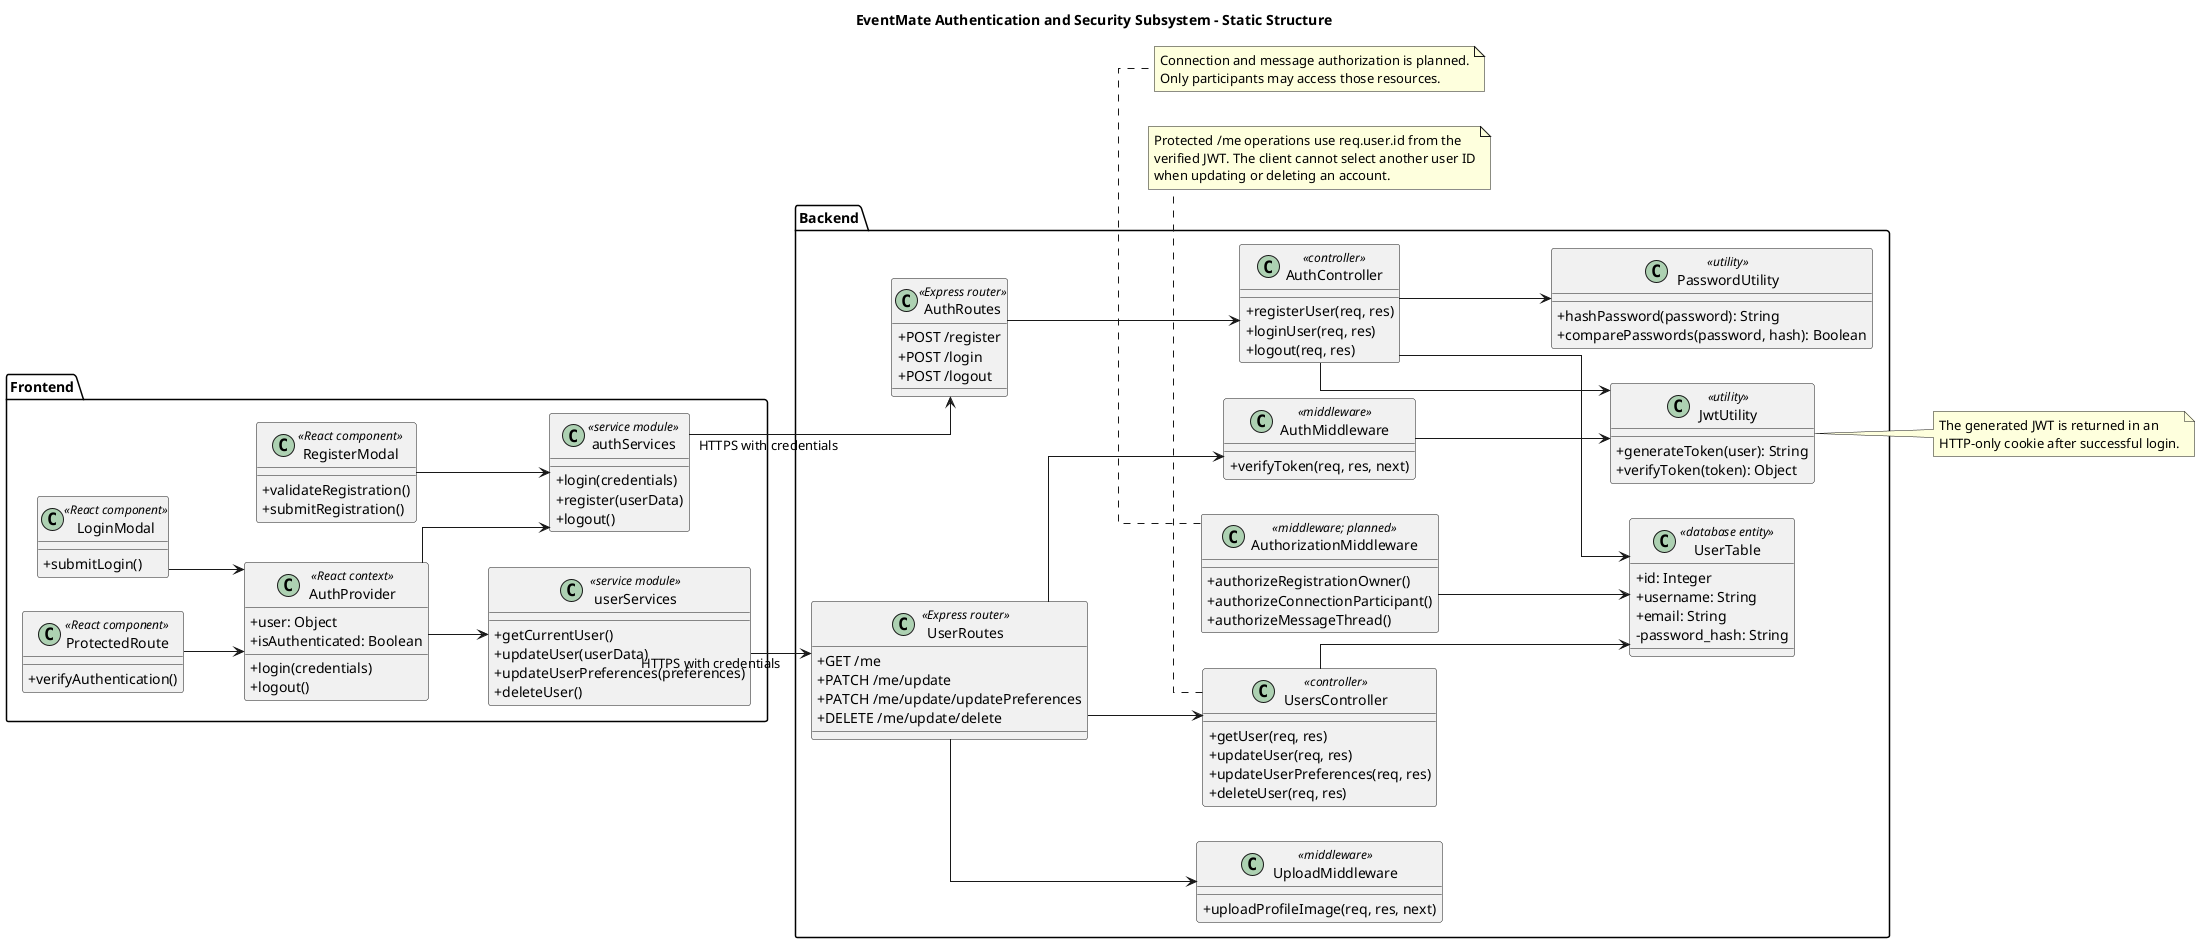
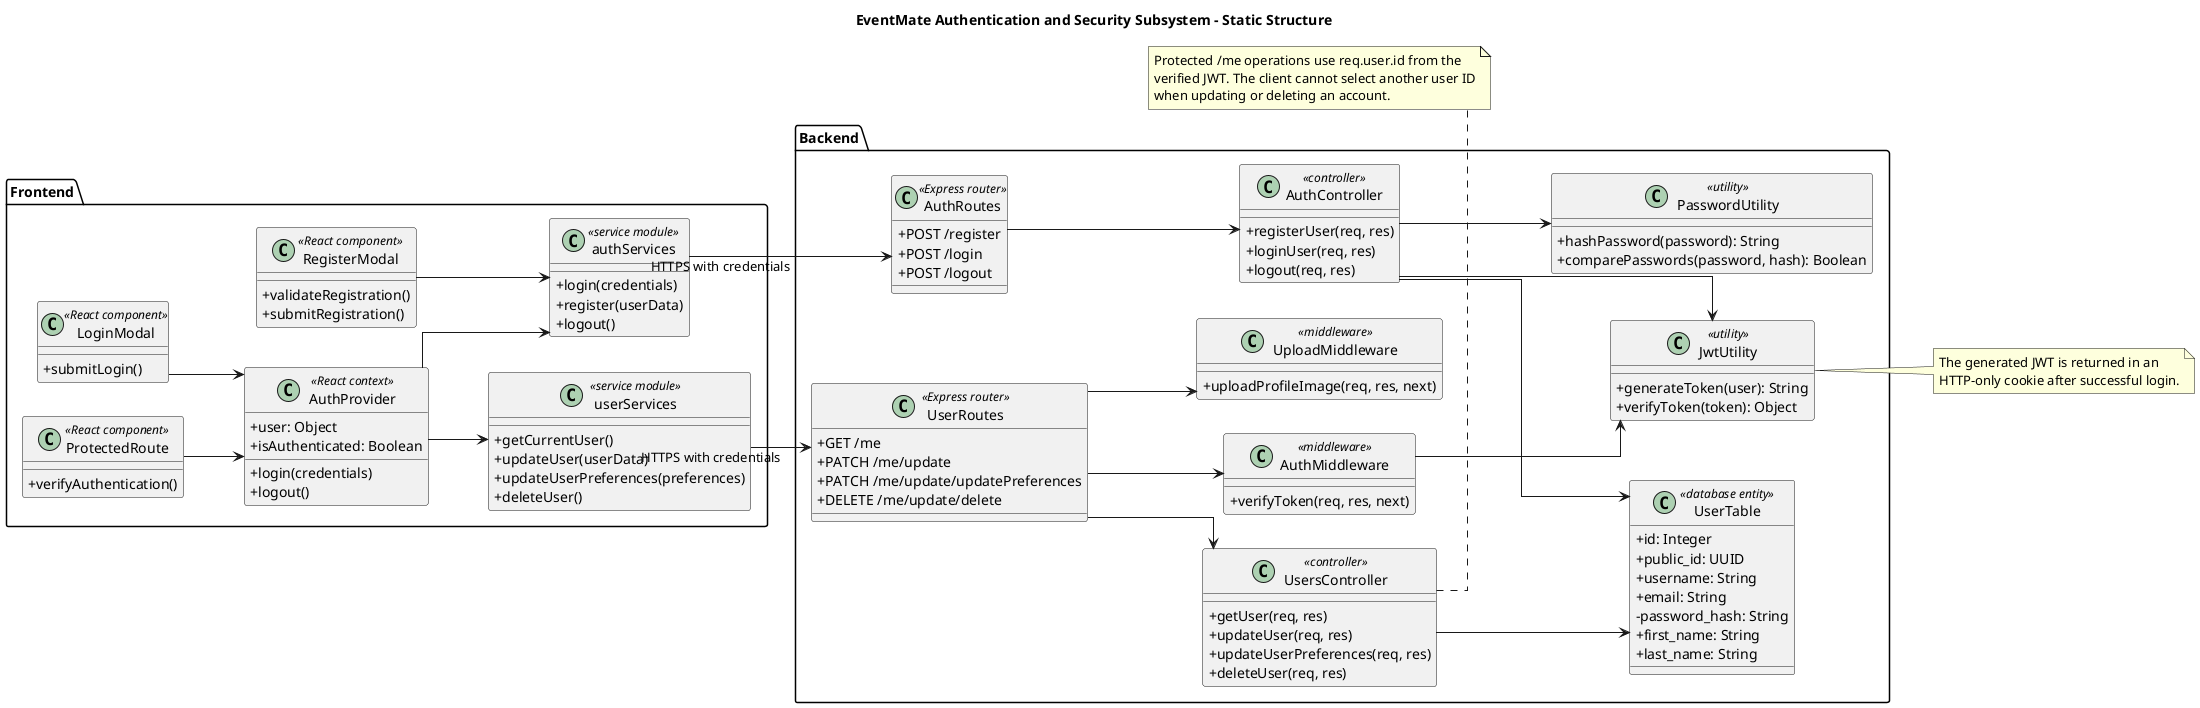
@startuml
title EventMate Authentication and Security Subsystem - Static Structure

skinparam classAttributeIconSize 0
skinparam shadowing false
skinparam linetype ortho
left to right direction

package "Frontend" {
    class LoginModal <<React component>> {
        +submitLogin()
    }
    class RegisterModal <<React component>> {
        +validateRegistration()
        +submitRegistration()
    }
    class ProtectedRoute <<React component>> {
        +verifyAuthentication()
    }
    class AuthProvider <<React context>> {
        +user: Object
        +isAuthenticated: Boolean
        +login(credentials)
        +logout()
    }
    class authServices <<service module>> {
        +login(credentials)
        +register(userData)
        +logout()
    }
    class userServices <<service module>> {
        +getCurrentUser()
        +updateUser(userData)
        +updateUserPreferences(preferences)
        +deleteUser()
    }
}

package "Backend" {
    class AuthRoutes <<Express router>> {
        +POST /register
        +POST /login
        +POST /logout
    }
    class UserRoutes <<Express router>> {
        +GET /me
        +PATCH /me/update
        +PATCH /me/update/updatePreferences
        +DELETE /me/update/delete
    }
    class AuthController <<controller>> {
        +registerUser(req, res)
        +loginUser(req, res)
        +logout(req, res)
    }
    class UsersController <<controller>> {
        +getUser(req, res)
        +updateUser(req, res)
        +updateUserPreferences(req, res)
        +deleteUser(req, res)
    }
    class AuthMiddleware <<middleware>> {
        +verifyToken(req, res, next)
    }
    class UploadMiddleware <<middleware>> {
        +uploadProfileImage(req, res, next)
    }
-     class AuthorizationMiddleware <<middleware; planned>> {
-         +authorizeRegistrationOwner()
-         +authorizeConnectionParticipant()
-         +authorizeMessageThread()
-     }
    class PasswordUtility <<utility>> {
        +hashPassword(password): String
        +comparePasswords(password, hash): Boolean
    }
    class JwtUtility <<utility>> {
        +generateToken(user): String
        +verifyToken(token): Object
    }
    class UserTable <<database entity>> {
        +id: Integer
+         +public_id: UUID
        +username: String
        +email: String
        -password_hash: String
+         +first_name: String
+         +last_name: String
    }
}

LoginModal --> AuthProvider
RegisterModal --> authServices
ProtectedRoute --> AuthProvider
AuthProvider --> authServices
AuthProvider --> userServices

authServices --> AuthRoutes : HTTPS with credentials
userServices --> UserRoutes : HTTPS with credentials
AuthRoutes --> AuthController
UserRoutes --> AuthMiddleware
UserRoutes --> UploadMiddleware
UserRoutes --> UsersController
AuthController --> PasswordUtility
AuthController --> JwtUtility
AuthController --> UserTable
AuthMiddleware --> JwtUtility
UsersController --> UserTable
- AuthorizationMiddleware --> UserTable

note right of JwtUtility
The generated JWT is returned in an
HTTP-only cookie after successful login.
end note

note bottom of UsersController
Protected /me operations use req.user.id from the
verified JWT. The client cannot select another user ID
when updating or deleting an account.
end note

- note bottom of AuthorizationMiddleware
- Connection and message authorization is planned.
- Only participants may access those resources.
- end note
- 
@enduml
